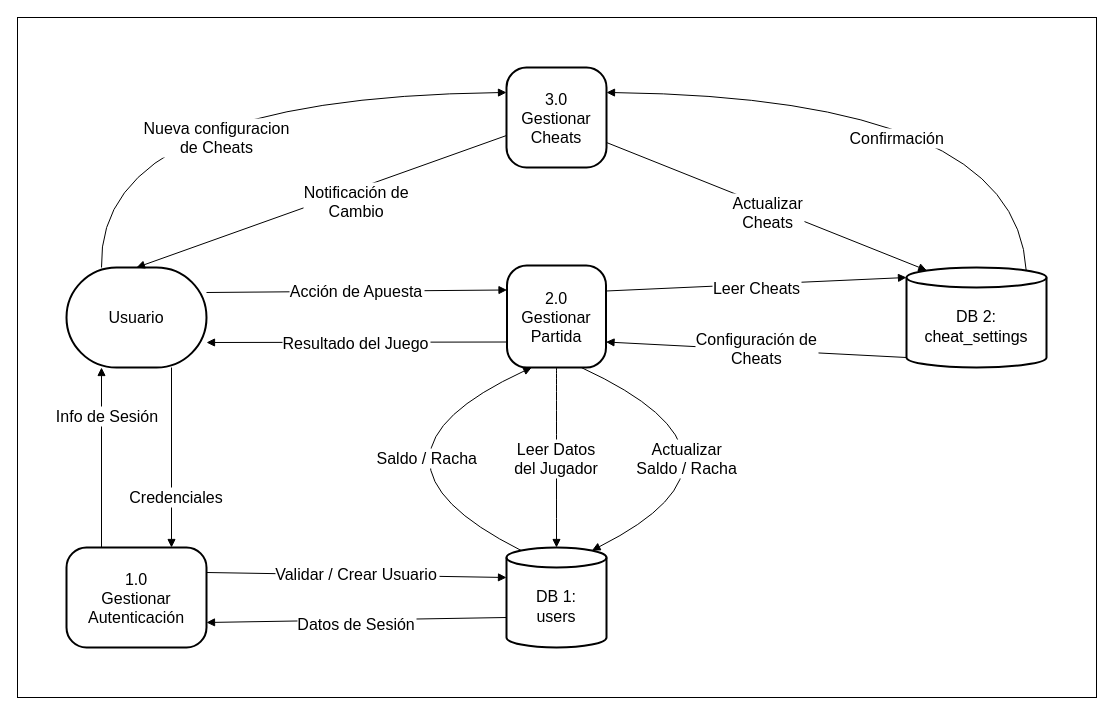
POLA-LCS/juego-consciente keeps this draw.io diagram as diagramas/DFD.drawio. Above is the earlier version. Source tidied: cells renumbered, new cells numbered last; positions are measured from the earlier drawing's top-left corner, leaving out a move shared by most shapes. Both pictures are drawn from the tidied source at 100%, with x=0, y=0 at pixel (17, 17).
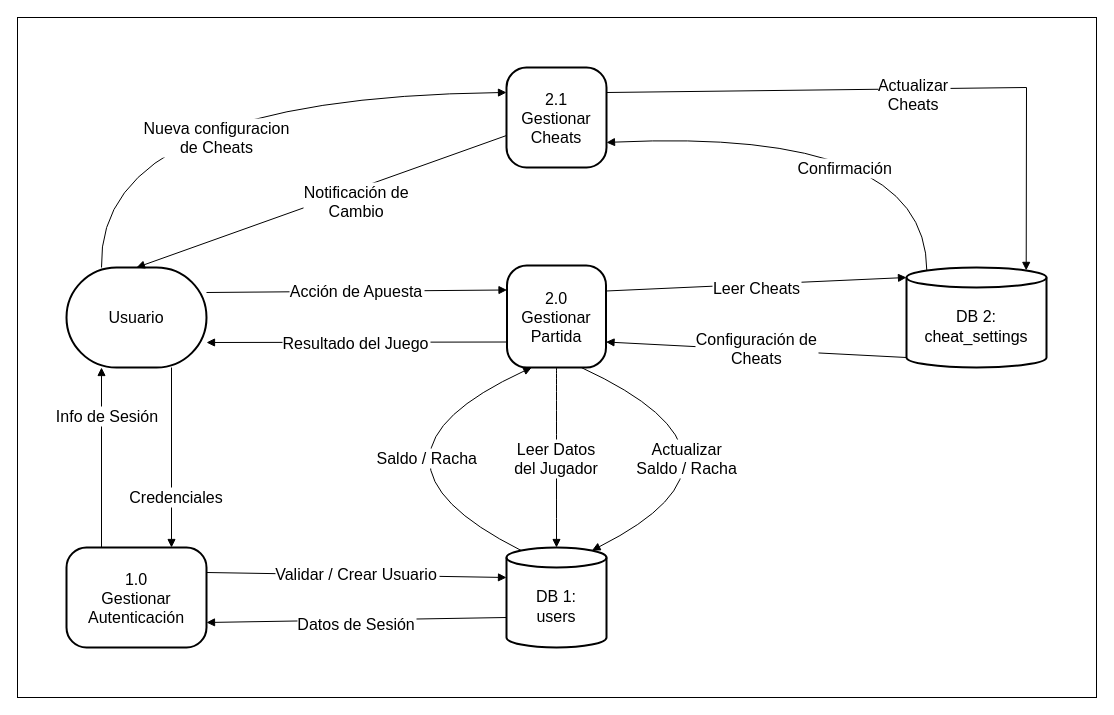
The same page after the edit.

The change refers to these unchanged cells:
```xml
<mxCell id="8" value="DB 2:&#10;cheat_settings" style="shape=cylinder3;boundedLbl=1;backgroundOutline=1;size=10;strokeWidth=2;whiteSpace=wrap;fontSize=16;" parent="1" vertex="1">
  <mxGeometry x="889" y="250" width="140" height="100" as="geometry" />
</mxCell>
```

The edit, as a diff of the source:
```diff
@@
-    <mxCell id="6" value="3.0&#10;Gestionar&#10;Cheats" style="rounded=1;arcSize=20;strokeWidth=2;fontSize=16;" parent="1" vertex="1">
+    <mxCell id="6" value="2.1&#10;Gestionar&#10;Cheats" style="rounded=1;arcSize=20;strokeWidth=2;fontSize=16;" parent="1" vertex="1">
       <mxGeometry x="489" y="50" width="100" height="100" as="geometry" />
     </mxCell>
@@
-    <mxCell id="21" value="Actualizar&#10;Cheats" style="startArrow=none;endArrow=block;entryX=0.145;entryY=0;rounded=0;fontSize=16;exitX=1;exitY=0.75;exitDx=0;exitDy=0;entryDx=0;entryDy=2.9;entryPerimeter=0;" parent="1" edge="1" source="6" target="8">
-      <mxGeometry x="0.02" y="-5" relative="1" as="geometry" />
+    <mxCell id="21" value="Actualizar&#10;Cheats" style="startArrow=none;endArrow=block;rounded=0;fontSize=16;exitX=1;exitY=0.25;exitDx=0;exitDy=0;entryX=0.855;entryY=0;entryDx=0;entryDy=2.9;entryPerimeter=0;" parent="1" edge="1" source="6" target="8">
+      <mxGeometry x="0.02" y="-5" relative="1" as="geometry">
+        <Array as="points">
+          <mxPoint x="1009" y="70" />
+        </Array>
+      </mxGeometry>
     </mxCell>
-    <mxCell id="22" value="Confirmación" style="curved=1;startArrow=none;endArrow=block;exitX=0.855;exitY=0;entryX=1;entryY=0.25;rounded=0;fontSize=16;entryDx=0;entryDy=0;exitDx=0;exitDy=2.9;exitPerimeter=0;" parent="1" edge="1" source="8" target="6">
-      <mxGeometry y="41" relative="1" as="geometry">
+    <mxCell id="22" value="Confirmación" style="curved=1;startArrow=none;endArrow=block;exitX=0.145;exitY=0;entryX=1;entryY=0.75;rounded=0;fontSize=16;entryDx=0;entryDy=0;exitDx=0;exitDy=2.9;exitPerimeter=0;" parent="1" edge="1" source="8" target="6">
+      <mxGeometry x="-0.03" y="36" relative="1" as="geometry">
         <Array as="points">
-          <mxPoint x="999" y="80" />
+          <mxPoint x="909" y="110" />
         </Array>
+        <mxPoint x="-1" as="offset" />
       </mxGeometry>
     </mxCell>
```
